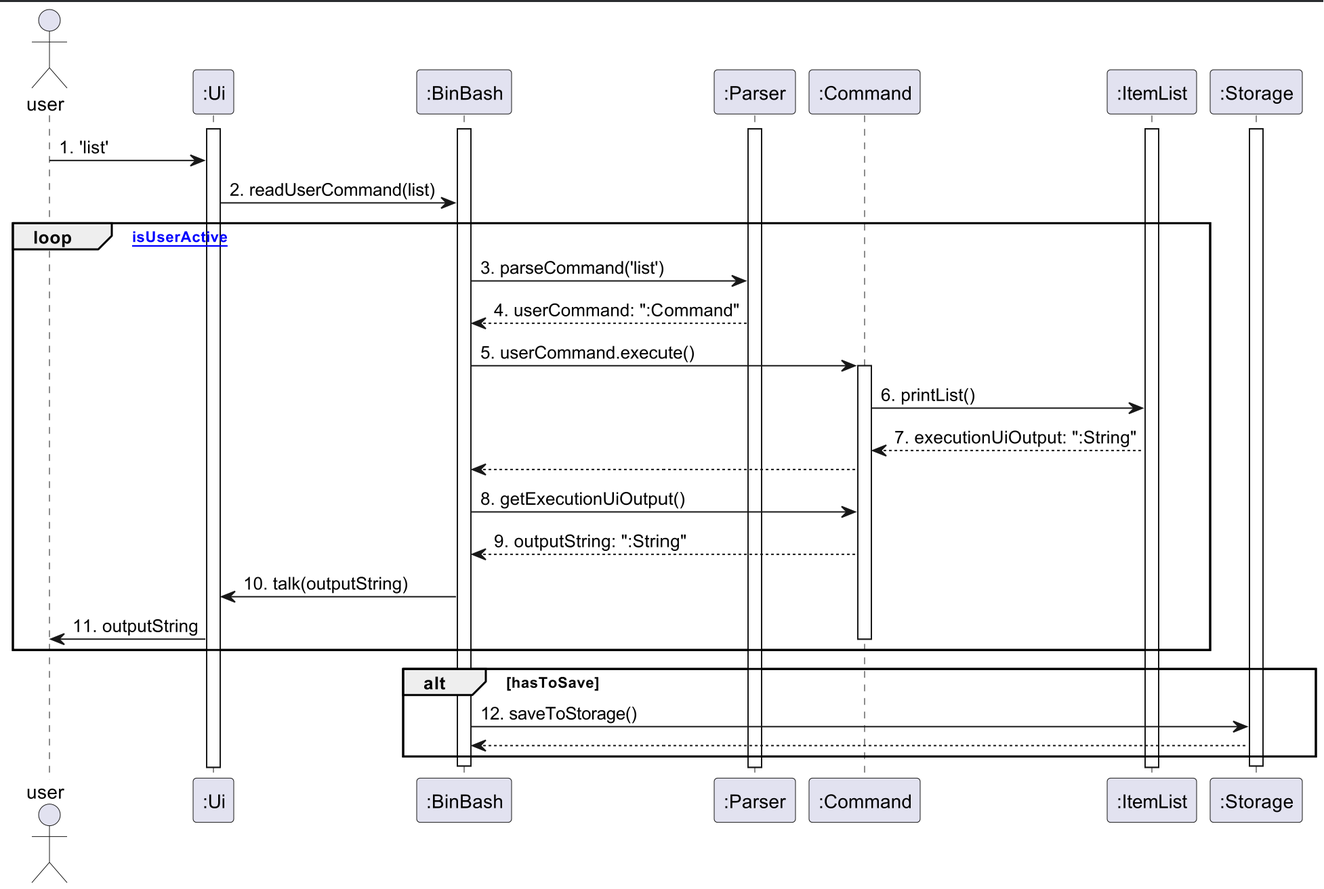
Above: docs/images/OverallSequenceDiagram.png in nus-cs2113-AY2324S2/tp (PlantUML), before the change. Its source is kept beside it as docs/diagrams/OverallSequenceDiagram.puml.
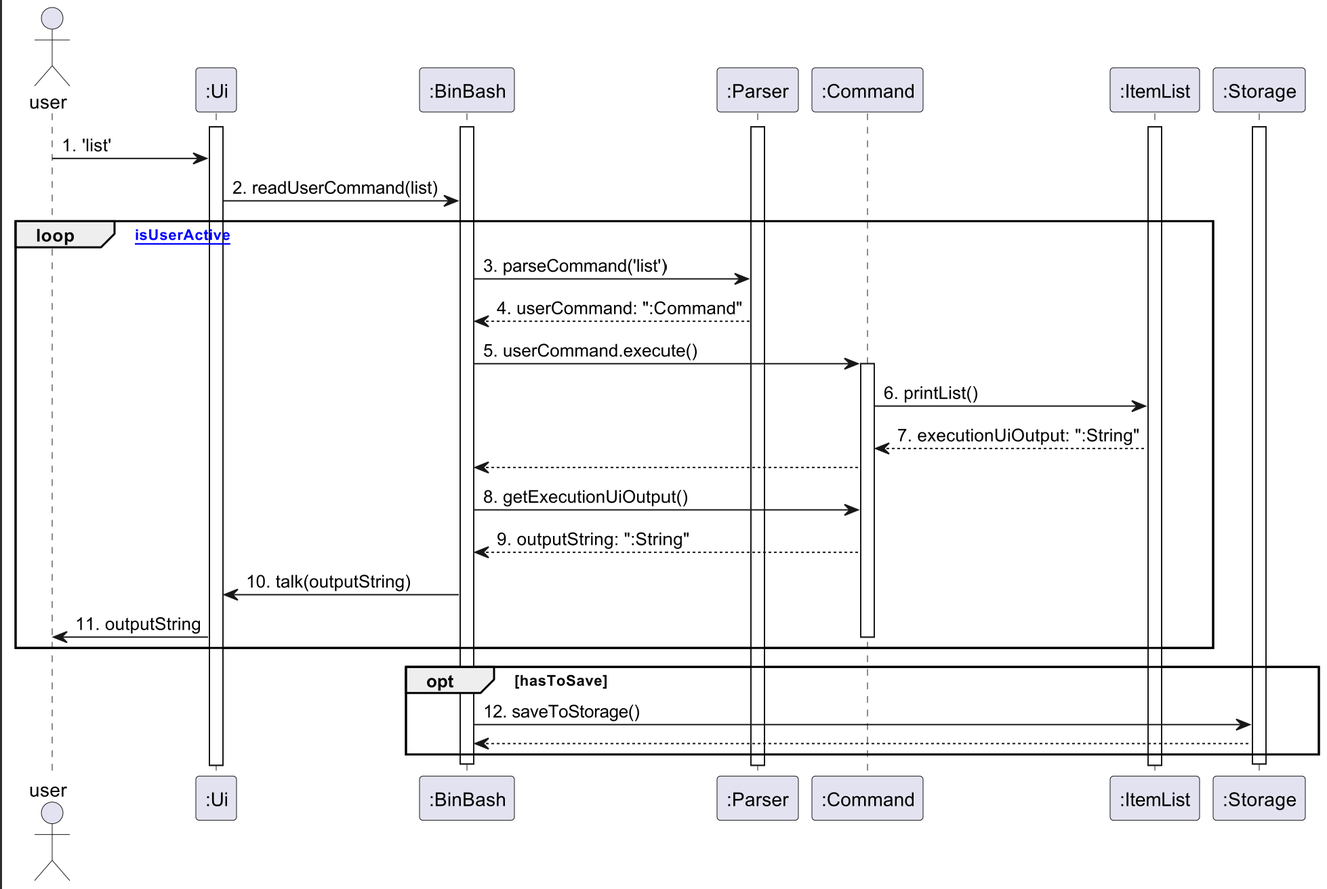
Later version of the same file.

The edit, as a diff of the source:
```diff
@@ -30,7 +30,7 @@
     deactivate ":Command"
 end
 
-alt hasToSave
+opt hasToSave
     ":BinBash" -> ":Storage" : 12. saveToStorage()
     ":Storage" --> ":BinBash"
 end
```
